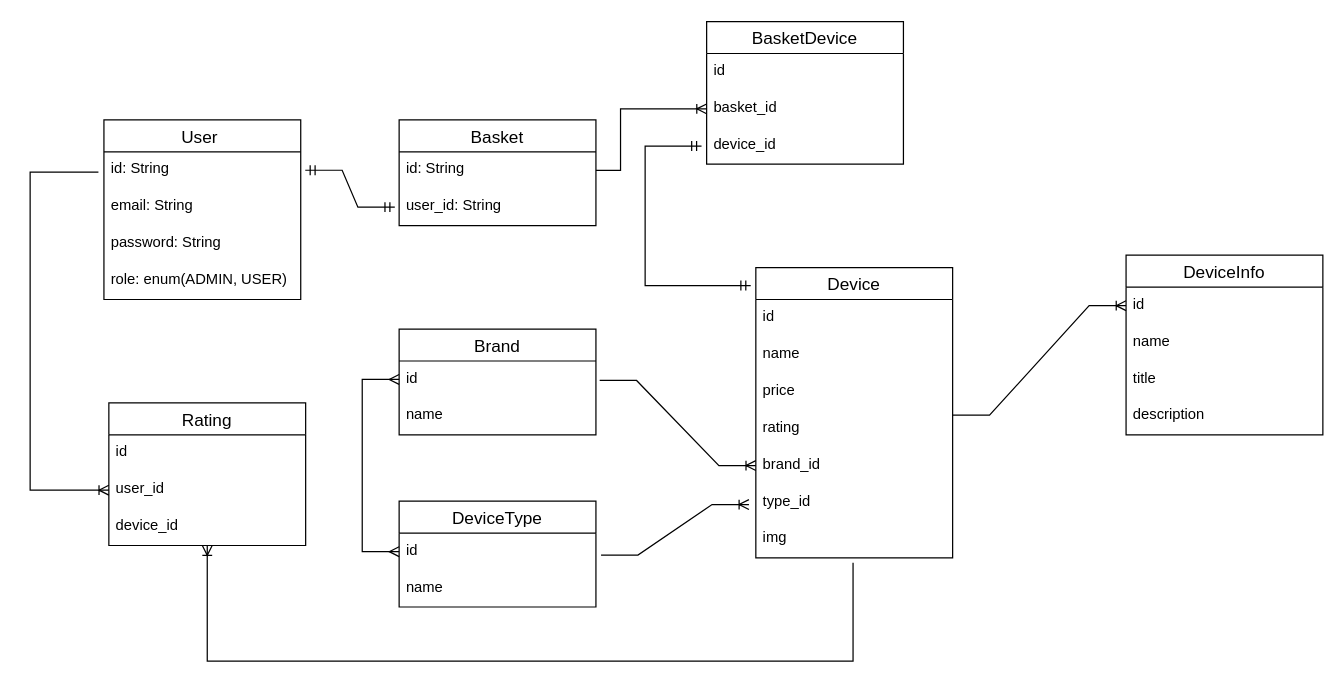
The draw.io diagram assets/db-diagrams.drawio in kira-ru/techno-express-backend, before the edit. Source tidied: cells renumbered, new cells numbered last; positions are measured from the earlier drawing's top-left corner, leaving out a move shared by most shapes. Both pictures are drawn from the tidied source at 123%, with x=0, y=0 at pixel (30, 21).
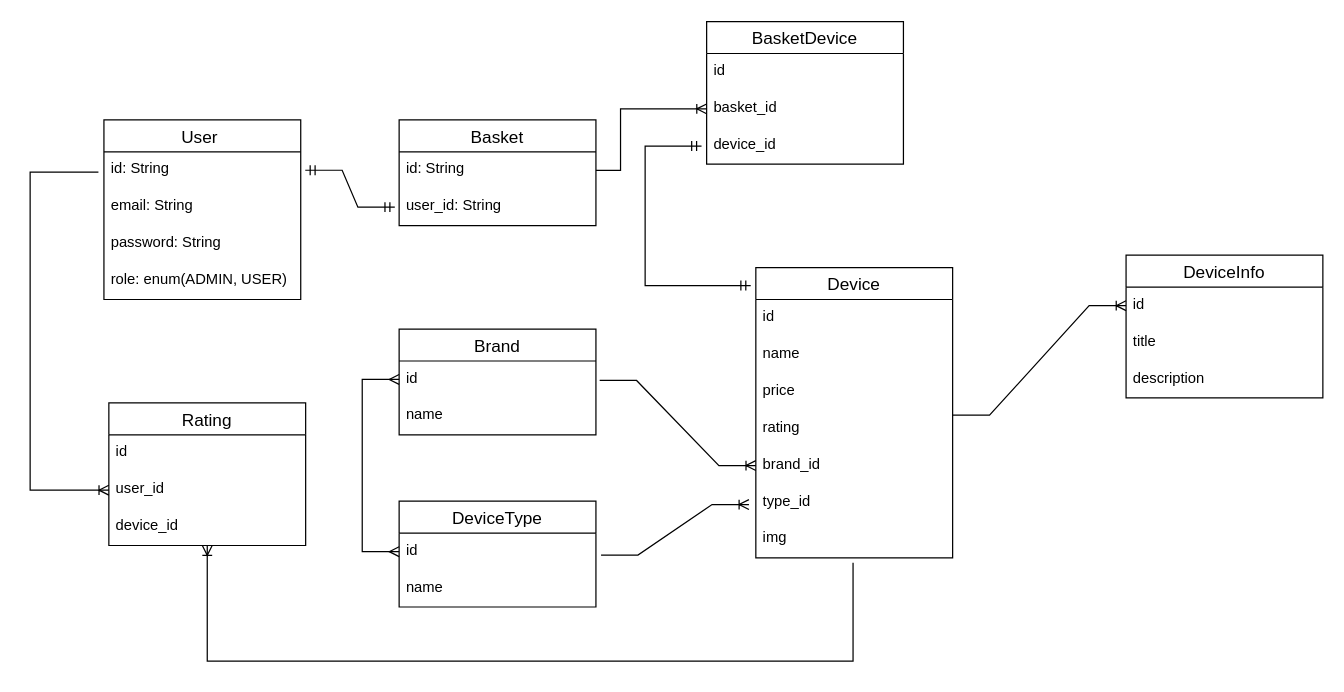
After the change.

Change to the diagram source:
```diff
@@
     <mxCell id="28" value="DeviceInfo" style="swimlane;fontStyle=0;horizontal=1;startSize=26;align=center;fontSize=14;" parent="1" vertex="1">
-      <mxGeometry x="891" y="190" width="160" height="146" as="geometry" />
+      <mxGeometry x="891" y="190" width="160" height="116" as="geometry" />
     </mxCell>
@@
-    <mxCell id="30" value="name" style="text;strokeColor=none;fillColor=none;spacingLeft=4;spacingRight=4;overflow=hidden;fontSize=12;whiteSpace=wrap;html=1;" parent="28" vertex="1">
-      <mxGeometry y="56" width="160" height="30" as="geometry" />
-    </mxCell>
     <mxCell id="31" value="title&lt;br&gt;" style="text;strokeColor=none;fillColor=none;spacingLeft=4;spacingRight=4;overflow=hidden;fontSize=12;whiteSpace=wrap;html=1;" parent="28" vertex="1">
-      <mxGeometry y="86" width="160" height="30" as="geometry" />
+      <mxGeometry y="56" width="160" height="30" as="geometry" />
     </mxCell>
     <mxCell id="32" value="description" style="text;strokeColor=none;fillColor=none;spacingLeft=4;spacingRight=4;overflow=hidden;fontSize=12;whiteSpace=wrap;html=1;" parent="28" vertex="1">
-      <mxGeometry y="116" width="160" height="30" as="geometry" />
+      <mxGeometry y="86" width="160" height="30" as="geometry" />
     </mxCell>
```
